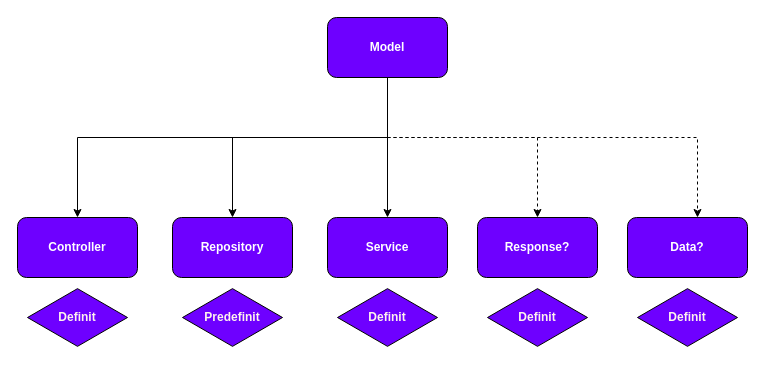
robertnitu02/proiect-diploma keeps this draw.io diagram as word/diagrame/arhitectura-module.drawio. Above is the earlier version. Source tidied: cells renumbered, new cells numbered last; positions are measured from the earlier drawing's top-left corner, leaving out a move shared by most shapes. Both pictures are drawn from the tidied source at 100%, with x=0, y=0 at pixel (17, 17).
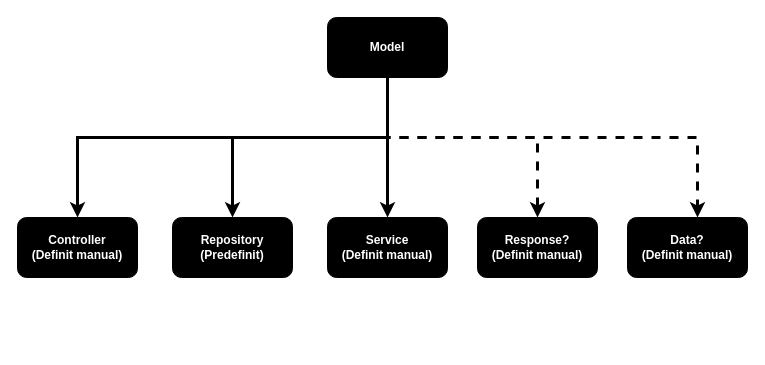
The same diagram, later.

What changed in the source:
```diff
@@
-    <mxCell id="2" style="edgeStyle=orthogonalEdgeStyle;rounded=0;jettySize=auto;html=1;entryX=0.5;entryY=0;entryDx=0;entryDy=0;" parent="1" edge="1" source="7" target="8">
+    <mxCell id="2" style="edgeStyle=orthogonalEdgeStyle;rounded=0;jettySize=auto;html=1;entryX=0.5;entryY=0;entryDx=0;entryDy=0;strokeWidth=3;" parent="1" edge="1" source="7" target="8">
       <mxGeometry relative="1" as="geometry">
         <Array as="points">
           <mxPoint x="370" y="120" />
           <mxPoint x="60" y="120" />
         </Array>
       </mxGeometry>
     </mxCell>
-    <mxCell id="3" style="edgeStyle=orthogonalEdgeStyle;rounded=0;jettySize=auto;html=1;" parent="1" edge="1" source="7" target="10">
+    <mxCell id="3" style="edgeStyle=orthogonalEdgeStyle;rounded=0;jettySize=auto;html=1;strokeWidth=3;" parent="1" edge="1" source="7" target="10">
       <mxGeometry relative="1" as="geometry" />
     </mxCell>
-    <mxCell id="4" style="edgeStyle=orthogonalEdgeStyle;rounded=0;jettySize=auto;html=1;entryX=0.5;entryY=0;entryDx=0;entryDy=0;dashed=1;" parent="1" edge="1" source="7" target="11">
+    <mxCell id="4" style="edgeStyle=orthogonalEdgeStyle;rounded=0;jettySize=auto;html=1;entryX=0.5;entryY=0;entryDx=0;entryDy=0;dashed=1;strokeWidth=3;" parent="1" edge="1" source="7" target="11">
       <mxGeometry relative="1" as="geometry">
         <Array as="points">
           <mxPoint x="370" y="120" />
           <mxPoint x="520" y="120" />
         </Array>
       </mxGeometry>
     </mxCell>
-    <mxCell id="5" style="edgeStyle=orthogonalEdgeStyle;rounded=0;jettySize=auto;html=1;dashed=1;" parent="1" edge="1" source="7" target="12">
+    <mxCell id="5" style="edgeStyle=orthogonalEdgeStyle;rounded=0;jettySize=auto;html=1;dashed=1;strokeWidth=3;" parent="1" edge="1" source="7" target="12">
       <mxGeometry relative="1" as="geometry">
         <Array as="points">
           <mxPoint x="370" y="120" />
           <mxPoint x="680" y="120" />
         </Array>
       </mxGeometry>
     </mxCell>
-    <mxCell id="6" style="edgeStyle=orthogonalEdgeStyle;rounded=0;jettySize=auto;html=1;entryX=0.5;entryY=0;entryDx=0;entryDy=0;" parent="1" edge="1" source="7" target="9">
+    <mxCell id="6" style="edgeStyle=orthogonalEdgeStyle;rounded=0;jettySize=auto;html=1;entryX=0.5;entryY=0;entryDx=0;entryDy=0;strokeWidth=3;" parent="1" edge="1" source="7" target="9">
       <mxGeometry relative="1" as="geometry">
         <Array as="points">
           <mxPoint x="370" y="120" />
           <mxPoint x="215" y="120" />
         </Array>
       </mxGeometry>
     </mxCell>
-    <mxCell id="7" value="&lt;font style=&quot;color: rgb(255, 255, 255);&quot;&gt;&lt;b style=&quot;&quot;&gt;Model&lt;/b&gt;&lt;/font&gt;" style="rounded=1;whiteSpace=wrap;html=1;fillColor=#6E00FF;" parent="1" vertex="1">
+    <mxCell id="7" value="&lt;font style=&quot;color: rgb(255, 255, 255);&quot;&gt;&lt;b style=&quot;&quot;&gt;Model&lt;/b&gt;&lt;/font&gt;" style="rounded=1;whiteSpace=wrap;html=1;fillColor=#000000;" parent="1" vertex="1">
       <mxGeometry x="310" width="120" height="60" as="geometry" />
     </mxCell>
-    <mxCell id="8" value="&lt;font style=&quot;color: rgb(255, 255, 255);&quot;&gt;&lt;b style=&quot;&quot;&gt;Controller&lt;/b&gt;&lt;/font&gt;" style="rounded=1;whiteSpace=wrap;html=1;fillColor=#6E00FF;" parent="1" vertex="1">
+    <mxCell id="8" value="&lt;font style=&quot;color: rgb(255, 255, 255);&quot;&gt;&lt;b style=&quot;&quot;&gt;Controller&lt;/b&gt;&lt;/font&gt;&lt;div&gt;&lt;font style=&quot;color: rgb(255, 255, 255);&quot;&gt;&lt;b style=&quot;&quot;&gt;(Definit manual)&lt;/b&gt;&lt;/font&gt;&lt;/div&gt;" style="rounded=1;whiteSpace=wrap;html=1;fillColor=#000000;" parent="1" vertex="1">
       <mxGeometry y="200" width="120" height="60" as="geometry" />
     </mxCell>
-    <mxCell id="9" value="&lt;font style=&quot;color: rgb(255, 255, 255);&quot;&gt;&lt;b style=&quot;&quot;&gt;Repository&lt;/b&gt;&lt;/font&gt;" style="rounded=1;whiteSpace=wrap;html=1;fillColor=#6E00FF;" parent="1" vertex="1">
+    <mxCell id="9" value="&lt;font style=&quot;color: rgb(255, 255, 255);&quot;&gt;&lt;b style=&quot;&quot;&gt;Repository&lt;/b&gt;&lt;/font&gt;&lt;div&gt;&lt;font style=&quot;color: rgb(255, 255, 255);&quot;&gt;&lt;b style=&quot;&quot;&gt;(Predefinit)&lt;/b&gt;&lt;/font&gt;&lt;/div&gt;" style="rounded=1;whiteSpace=wrap;html=1;fillColor=#000000;" parent="1" vertex="1">
       <mxGeometry x="155" y="200" width="120" height="60" as="geometry" />
     </mxCell>
-    <mxCell id="10" value="&lt;font style=&quot;color: rgb(255, 255, 255);&quot;&gt;&lt;b style=&quot;&quot;&gt;Service&lt;/b&gt;&lt;/font&gt;" style="rounded=1;whiteSpace=wrap;html=1;fillColor=#6E00FF;" parent="1" vertex="1">
+    <mxCell id="10" value="&lt;font style=&quot;color: rgb(255, 255, 255);&quot;&gt;&lt;b style=&quot;&quot;&gt;Service&lt;/b&gt;&lt;/font&gt;&lt;div&gt;&lt;font style=&quot;color: rgb(255, 255, 255);&quot;&gt;&lt;b&gt;(Definit manual)&lt;/b&gt;&lt;b style=&quot;&quot;&gt;&lt;/b&gt;&lt;/font&gt;&lt;/div&gt;" style="rounded=1;whiteSpace=wrap;html=1;fillColor=#000000;" parent="1" vertex="1">
       <mxGeometry x="310" y="200" width="120" height="60" as="geometry" />
     </mxCell>
-    <mxCell id="11" value="&lt;font style=&quot;color: rgb(255, 255, 255);&quot;&gt;&lt;b style=&quot;&quot;&gt;Response?&lt;/b&gt;&lt;/font&gt;" style="rounded=1;whiteSpace=wrap;html=1;fillColor=#6E00FF;" parent="1" vertex="1">
+    <mxCell id="11" value="&lt;font style=&quot;color: rgb(255, 255, 255);&quot;&gt;&lt;b style=&quot;&quot;&gt;Response?&lt;/b&gt;&lt;/font&gt;&lt;div&gt;&lt;font style=&quot;color: rgb(255, 255, 255);&quot;&gt;&lt;b&gt;(Definit manual)&lt;/b&gt;&lt;b style=&quot;&quot;&gt;&lt;/b&gt;&lt;/font&gt;&lt;/div&gt;" style="rounded=1;whiteSpace=wrap;html=1;fillColor=#000000;" parent="1" vertex="1">
       <mxGeometry x="460" y="200" width="120" height="60" as="geometry" />
     </mxCell>
-    <mxCell id="12" value="&lt;font style=&quot;color: rgb(255, 255, 255);&quot;&gt;&lt;b style=&quot;&quot;&gt;Data?&lt;/b&gt;&lt;/font&gt;" style="rounded=1;whiteSpace=wrap;html=1;fillColor=#6E00FF;" parent="1" vertex="1">
+    <mxCell id="12" value="&lt;font style=&quot;color: rgb(255, 255, 255);&quot;&gt;&lt;b style=&quot;&quot;&gt;Data?&lt;/b&gt;&lt;/font&gt;&lt;div&gt;&lt;font style=&quot;color: rgb(255, 255, 255);&quot;&gt;&lt;b&gt;(Definit manual)&lt;/b&gt;&lt;b style=&quot;&quot;&gt;&lt;/b&gt;&lt;/font&gt;&lt;/div&gt;" style="rounded=1;whiteSpace=wrap;html=1;fillColor=light-dark(#000000, #ffa5ff);" parent="1" vertex="1">
       <mxGeometry x="610" y="200" width="120" height="60" as="geometry" />
     </mxCell>
-    <mxCell id="13" value="&lt;font style=&quot;color: rgb(255, 243, 237);&quot;&gt;&lt;b&gt;Definit&lt;/b&gt;&lt;/font&gt;" style="html=1;whiteSpace=wrap;shape=isoRectangle;fillColor=#6E00FF;" parent="1" vertex="1">
-      <mxGeometry x="10" y="270" width="100" height="60" as="geometry" />
-    </mxCell>
-    <mxCell id="14" value="&lt;font style=&quot;color: rgb(255, 243, 237);&quot;&gt;&lt;b&gt;Predefinit&lt;/b&gt;&lt;/font&gt;" style="html=1;whiteSpace=wrap;shape=isoRectangle;fillColor=#6E00FF;" parent="1" vertex="1">
-      <mxGeometry x="165" y="270" width="100" height="60" as="geometry" />
-    </mxCell>
-    <mxCell id="15" value="&lt;font style=&quot;color: rgb(255, 243, 237);&quot;&gt;&lt;b&gt;Definit&lt;/b&gt;&lt;/font&gt;" style="html=1;whiteSpace=wrap;shape=isoRectangle;fillColor=#6E00FF;" parent="1" vertex="1">
-      <mxGeometry x="320" y="270" width="100" height="60" as="geometry" />
-    </mxCell>
-    <mxCell id="16" value="&lt;font style=&quot;color: rgb(255, 243, 237);&quot;&gt;&lt;b&gt;Definit&lt;/b&gt;&lt;/font&gt;" style="html=1;whiteSpace=wrap;shape=isoRectangle;fillColor=#6E00FF;" parent="1" vertex="1">
-      <mxGeometry x="470" y="270" width="100" height="60" as="geometry" />
-    </mxCell>
-    <mxCell id="17" value="&lt;font style=&quot;color: rgb(255, 243, 237);&quot;&gt;&lt;b&gt;Definit&lt;/b&gt;&lt;/font&gt;" style="html=1;whiteSpace=wrap;shape=isoRectangle;fillColor=#6E00FF;" parent="1" vertex="1">
-      <mxGeometry x="620" y="270" width="100" height="60" as="geometry" />
-    </mxCell>
```
